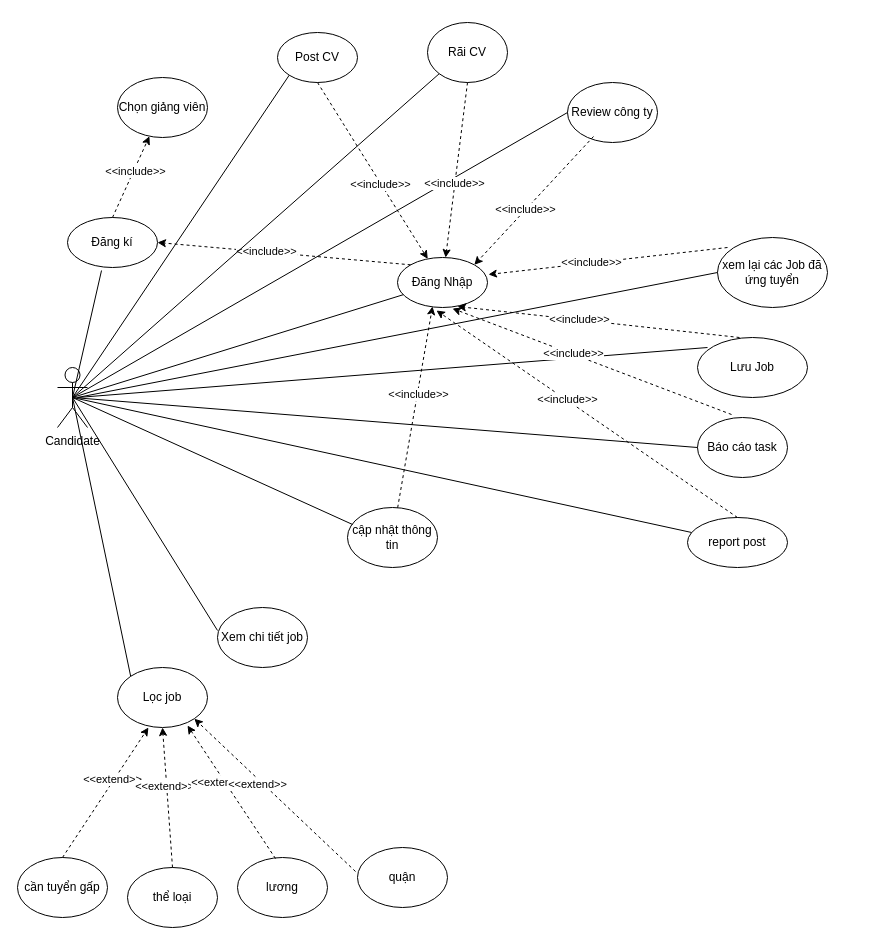
Earlier version of the draw.io diagram Candidate.drawio (thinhh0x1l/0xt1SeLogin). Source tidied: cells renumbered, new cells numbered last; positions are measured from the earlier drawing's top-left corner, leaving out a move shared by most shapes. Both pictures are drawn from the tidied source at 100%, with x=0, y=0 at pixel (17, 22).
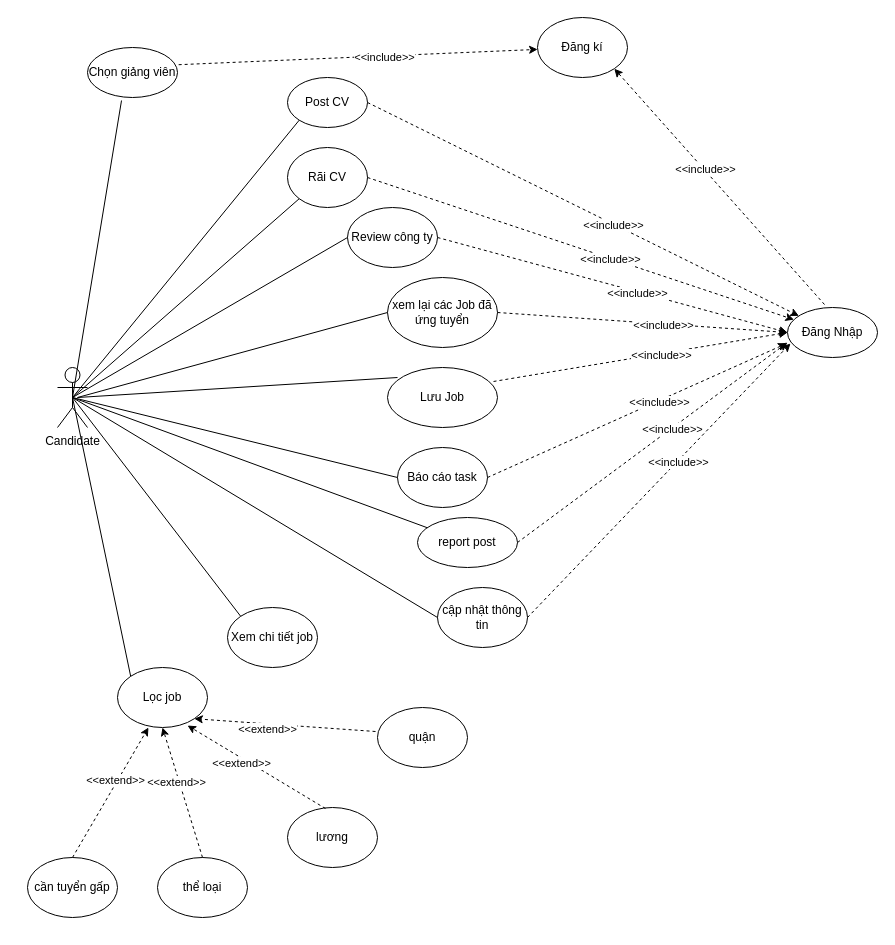
Above is the later version.

The change refers to these unchanged cells:
```xml
<mxCell id="2" value="Candidate" style="shape=umlActor;verticalLabelPosition=bottom;verticalAlign=top;html=1;outlineConnect=0;" parent="1" vertex="1">
  <mxGeometry x="40" y="345" width="30" height="60" as="geometry" />
</mxCell>
```

What changed in the source:
```diff
@@
     <mxCell id="3" value="Đăng Nhập" style="ellipse;whiteSpace=wrap;html=1;" parent="1" vertex="1">
-      <mxGeometry x="380" y="235" width="90" height="50" as="geometry" />
+      <mxGeometry x="770" y="285" width="90" height="50" as="geometry" />
     </mxCell>
-    <mxCell id="4" value="Chọn giảng viên" style="ellipse;whiteSpace=wrap;html=1;" parent="1" vertex="1">
-      <mxGeometry x="100" y="55" width="90" height="60" as="geometry" />
+    <mxCell id="4" value="Đăng kí" style="ellipse;whiteSpace=wrap;html=1;" parent="1" vertex="1">
+      <mxGeometry x="520" y="-5" width="90" height="60" as="geometry" />
     </mxCell>
-    <mxCell id="5" value="Đăng kí" style="ellipse;whiteSpace=wrap;html=1;" parent="1" vertex="1">
-      <mxGeometry x="50" y="195" width="90" height="50" as="geometry" />
+    <mxCell id="5" value="Chọn giảng viên" style="ellipse;whiteSpace=wrap;html=1;" parent="1" vertex="1">
+      <mxGeometry x="70" y="25" width="90" height="50" as="geometry" />
     </mxCell>
     <mxCell id="6" value="Rãi&amp;nbsp;CV" style="ellipse;whiteSpace=wrap;html=1;" parent="1" vertex="1">
-      <mxGeometry x="410" width="80" height="60" as="geometry" />
+      <mxGeometry x="270" y="125" width="80" height="60" as="geometry" />
     </mxCell>
     <mxCell id="7" value="Post CV" style="ellipse;whiteSpace=wrap;html=1;" parent="1" vertex="1">
-      <mxGeometry x="260" y="10" width="80" height="50" as="geometry" />
+      <mxGeometry x="270" y="55" width="80" height="50" as="geometry" />
     </mxCell>
@@
-    <mxCell id="9" style="endArrow=classic;html=1;rounded=0;dashed=1;exitX=0.5;exitY=0;exitDx=0;exitDy=0;" parent="1" edge="1" source="5" target="4">
+    <mxCell id="9" style="endArrow=classic;html=1;rounded=0;dashed=1;exitX=1.013;exitY=0.344;exitDx=0;exitDy=0;exitPerimeter=0;" parent="1" edge="1" source="5" target="4">
       <mxGeometry relative="1" as="geometry" />
     </mxCell>
@@
-    <mxCell id="11" style="endArrow=none;html=1;rounded=0;exitX=0.5;exitY=0.5;exitDx=0;exitDy=0;exitPerimeter=0;" parent="1" edge="1" source="2" target="3">
-      <mxGeometry relative="1" as="geometry" />
-    </mxCell>
-    <mxCell id="12" style="endArrow=classic;html=1;rounded=0;entryX=1;entryY=0.5;entryDx=0;entryDy=0;dashed=1;exitX=0;exitY=0;exitDx=0;exitDy=0;" parent="1" edge="1" source="3" target="5">
+    <mxCell id="12" style="endArrow=classic;html=1;rounded=0;entryX=1;entryY=1;entryDx=0;entryDy=0;dashed=1;exitX=0.411;exitY=-0.06;exitDx=0;exitDy=0;exitPerimeter=0;" parent="1" edge="1" source="3" target="4">
       <mxGeometry relative="1" as="geometry" />
     </mxCell>
@@
     <mxCell id="14" value="Review công ty" style="ellipse;whiteSpace=wrap;html=1;" parent="1" vertex="1">
-      <mxGeometry x="550" y="60" width="90" height="60" as="geometry" />
+      <mxGeometry x="330" y="185" width="90" height="60" as="geometry" />
     </mxCell>
     <mxCell id="15" value="Lưu Job" style="ellipse;whiteSpace=wrap;html=1;" parent="1" vertex="1">
-      <mxGeometry x="680" y="315" width="110" height="60" as="geometry" />
+      <mxGeometry x="370" y="345" width="110" height="60" as="geometry" />
     </mxCell>
     <mxCell id="16" value="xem lại các Job đã ứng tuyển" style="ellipse;whiteSpace=wrap;html=1;" parent="1" vertex="1">
-      <mxGeometry x="700" y="215" width="110" height="70" as="geometry" />
+      <mxGeometry x="370" y="255" width="110" height="70" as="geometry" />
     </mxCell>
     <mxCell id="17" value="Báo cáo task" style="ellipse;whiteSpace=wrap;html=1;" parent="1" vertex="1">
-      <mxGeometry x="680" y="395" width="90" height="60" as="geometry" />
+      <mxGeometry x="380" y="425" width="90" height="60" as="geometry" />
     </mxCell>
@@
-    <mxCell id="24" style="endArrow=classic;html=1;rounded=0;dashed=1;exitX=0.5;exitY=1;exitDx=0;exitDy=0;" parent="1" edge="1" source="7" target="3">
+    <mxCell id="24" style="endArrow=classic;html=1;rounded=0;dashed=1;exitX=1;exitY=0.5;exitDx=0;exitDy=0;" parent="1" edge="1" source="7" target="3">
       <mxGeometry relative="1" as="geometry" />
     </mxCell>
@@
-    <mxCell id="26" style="endArrow=classic;html=1;rounded=0;dashed=1;exitX=0.5;exitY=1;exitDx=0;exitDy=0;" parent="1" edge="1" source="6" target="3">
+    <mxCell id="26" style="endArrow=classic;html=1;rounded=0;dashed=1;exitX=1;exitY=0.5;exitDx=0;exitDy=0;" parent="1" edge="1" source="6" target="3">
       <mxGeometry relative="1" as="geometry" />
     </mxCell>
@@
-    <mxCell id="28" style="endArrow=classic;html=1;rounded=0;entryX=1;entryY=0;entryDx=0;entryDy=0;dashed=1;exitX=0.289;exitY=0.9;exitDx=0;exitDy=0;exitPerimeter=0;" parent="1" edge="1" source="14" target="3">
+    <mxCell id="28" style="endArrow=classic;html=1;rounded=0;entryX=0;entryY=0.5;entryDx=0;entryDy=0;dashed=1;exitX=1;exitY=0.5;exitDx=0;exitDy=0;" parent="1" edge="1" source="14" target="3">
       <mxGeometry relative="1" as="geometry" />
     </mxCell>
@@
-    <mxCell id="30" style="endArrow=classic;html=1;rounded=0;entryX=1.011;entryY=0.34;entryDx=0;entryDy=0;dashed=1;entryPerimeter=0;exitX=0.091;exitY=0.143;exitDx=0;exitDy=0;exitPerimeter=0;" parent="1" edge="1" source="16" target="3">
+    <mxCell id="30" style="endArrow=classic;html=1;rounded=0;entryX=0;entryY=0.5;entryDx=0;entryDy=0;dashed=1;exitX=1;exitY=0.5;exitDx=0;exitDy=0;" parent="1" edge="1" source="16" target="3">
       <mxGeometry relative="1" as="geometry" />
     </mxCell>
@@
-    <mxCell id="32" style="endArrow=classic;html=1;rounded=0;entryX=0.667;entryY=0.98;entryDx=0;entryDy=0;dashed=1;entryPerimeter=0;exitX=0.382;exitY=0;exitDx=0;exitDy=0;exitPerimeter=0;" parent="1" edge="1" source="15" target="3">
+    <mxCell id="32" style="endArrow=classic;html=1;rounded=0;entryX=0;entryY=0.5;entryDx=0;entryDy=0;dashed=1;exitX=0.964;exitY=0.233;exitDx=0;exitDy=0;exitPerimeter=0;" parent="1" edge="1" source="15" target="3">
       <mxGeometry relative="1" as="geometry" />
     </mxCell>
@@
-    <mxCell id="34" style="endArrow=classic;html=1;rounded=0;entryX=0.611;entryY=1.02;entryDx=0;entryDy=0;dashed=1;entryPerimeter=0;exitX=0.378;exitY=-0.05;exitDx=0;exitDy=0;exitPerimeter=0;" parent="1" edge="1" source="17" target="3">
+    <mxCell id="34" style="endArrow=classic;html=1;rounded=0;entryX=-0.011;entryY=0.72;entryDx=0;entryDy=0;dashed=1;entryPerimeter=0;exitX=1;exitY=0.5;exitDx=0;exitDy=0;" parent="1" edge="1" source="17" target="3">
       <mxGeometry relative="1" as="geometry" />
     </mxCell>
@@
     <mxCell id="37" value="quận" style="ellipse;whiteSpace=wrap;html=1;" parent="1" vertex="1">
-      <mxGeometry x="340" y="825" width="90" height="60" as="geometry" />
+      <mxGeometry x="360" y="685" width="90" height="60" as="geometry" />
     </mxCell>
     <mxCell id="38" value="lương" style="ellipse;whiteSpace=wrap;html=1;" parent="1" vertex="1">
-      <mxGeometry x="220" y="835" width="90" height="60" as="geometry" />
+      <mxGeometry x="270" y="785" width="90" height="60" as="geometry" />
     </mxCell>
     <mxCell id="39" value="cần tuyển gấp" style="ellipse;whiteSpace=wrap;html=1;" parent="1" vertex="1">
-      <mxGeometry y="835" width="90" height="60" as="geometry" />
+      <mxGeometry x="10" y="835" width="90" height="60" as="geometry" />
     </mxCell>
     <mxCell id="40" value="thể loại" style="ellipse;whiteSpace=wrap;html=1;" parent="1" vertex="1">
-      <mxGeometry x="110" y="845" width="90" height="60" as="geometry" />
+      <mxGeometry x="140" y="835" width="90" height="60" as="geometry" />
     </mxCell>
@@
     <mxCell id="50" value="Xem chi tiết job" style="ellipse;whiteSpace=wrap;html=1;" parent="1" vertex="1">
-      <mxGeometry x="200" y="585" width="90" height="60" as="geometry" />
+      <mxGeometry x="210" y="585" width="90" height="60" as="geometry" />
     </mxCell>
-    <mxCell id="51" style="endArrow=none;html=1;rounded=0;exitX=0.5;exitY=0.5;exitDx=0;exitDy=0;exitPerimeter=0;entryX=0;entryY=0.383;entryDx=0;entryDy=0;entryPerimeter=0;" parent="1" edge="1" source="2" target="50">
+    <mxCell id="51" style="endArrow=none;html=1;rounded=0;exitX=0.5;exitY=0.5;exitDx=0;exitDy=0;exitPerimeter=0;entryX=0;entryY=0;entryDx=0;entryDy=0;" parent="1" edge="1" source="2" target="50">
       <mxGeometry relative="1" as="geometry" />
     </mxCell>
     <mxCell id="52" value="report post" style="ellipse;whiteSpace=wrap;html=1;" parent="1" vertex="1">
-      <mxGeometry x="670" y="495" width="100" height="50" as="geometry" />
+      <mxGeometry x="400" y="495" width="100" height="50" as="geometry" />
     </mxCell>
-    <mxCell id="53" style="endArrow=classic;html=1;rounded=0;entryX=0.433;entryY=1.06;entryDx=0;entryDy=0;dashed=1;entryPerimeter=0;exitX=0.5;exitY=0;exitDx=0;exitDy=0;" parent="1" edge="1" source="52" target="3">
+    <mxCell id="53" style="endArrow=classic;html=1;rounded=0;entryX=0;entryY=0.7;entryDx=0;entryDy=0;dashed=1;entryPerimeter=0;exitX=1;exitY=0.5;exitDx=0;exitDy=0;" parent="1" edge="1" source="52" target="3">
       <mxGeometry relative="1" as="geometry" />
     </mxCell>
@@
     <mxCell id="56" value="cập nhật thông tin" style="ellipse;whiteSpace=wrap;html=1;" parent="1" vertex="1">
-      <mxGeometry x="330" y="485" width="90" height="60" as="geometry" />
+      <mxGeometry x="420" y="565" width="90" height="60" as="geometry" />
     </mxCell>
-    <mxCell id="57" style="endArrow=none;html=1;rounded=0;exitX=0.5;exitY=0.5;exitDx=0;exitDy=0;exitPerimeter=0;entryX=0.056;entryY=0.283;entryDx=0;entryDy=0;entryPerimeter=0;" parent="1" edge="1" source="2" target="56">
+    <mxCell id="57" style="endArrow=none;html=1;rounded=0;exitX=0.5;exitY=0.5;exitDx=0;exitDy=0;exitPerimeter=0;entryX=0;entryY=0.5;entryDx=0;entryDy=0;" parent="1" edge="1" source="2" target="56">
       <mxGeometry relative="1" as="geometry" />
     </mxCell>
-    <mxCell id="58" style="endArrow=classic;html=1;rounded=0;entryX=0.389;entryY=0.98;entryDx=0;entryDy=0;dashed=1;entryPerimeter=0;" parent="1" edge="1" source="56" target="3">
+    <mxCell id="58" style="endArrow=classic;html=1;rounded=0;entryX=0.033;entryY=0.72;entryDx=0;entryDy=0;dashed=1;entryPerimeter=0;exitX=1;exitY=0.5;exitDx=0;exitDy=0;" parent="1" edge="1" source="56" target="3">
       <mxGeometry relative="1" as="geometry" />
     </mxCell>
```
